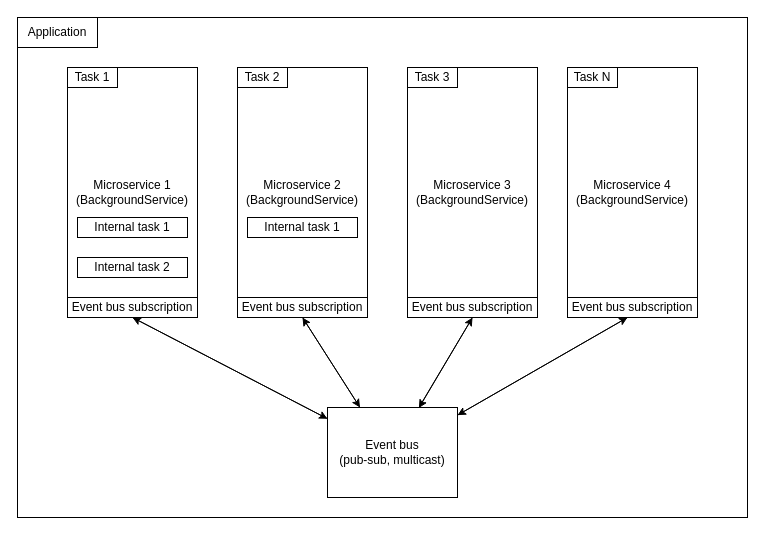
Before: schematic.drawio in kuba1/InProcessMicroservices, a draw.io diagram. Source tidied: cells renumbered, new cells numbered last; positions are measured from the earlier drawing's top-left corner, leaving out a move shared by most shapes. Both pictures are drawn from the tidied source at 100%, with x=0, y=0 at pixel (17, 17).
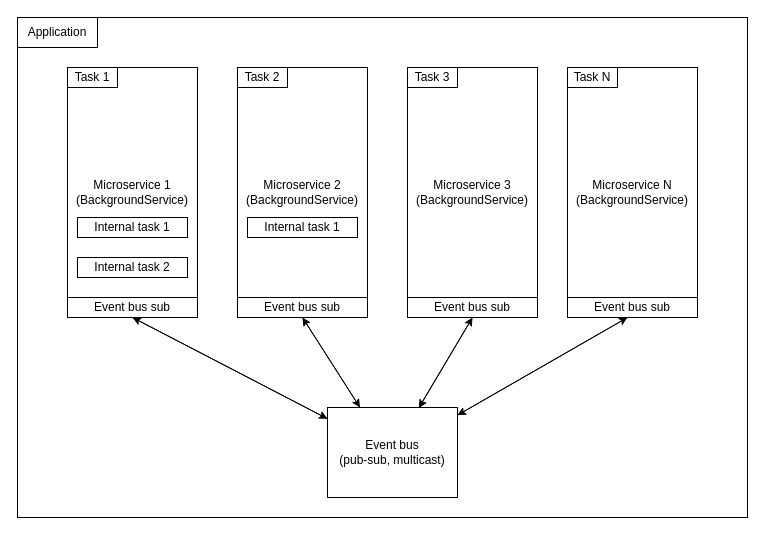
Above is the later version.

Commit message (it also covers changes not shown here):
Fix issues with the schematic

Change to the diagram source:
```diff
@@
-    <mxCell id="10" value="Microservice 4&lt;div&gt;(BackgroundService)&lt;/div&gt;" style="whiteSpace=wrap;html=1;" parent="1" vertex="1">
+    <mxCell id="10" value="Microservice N&lt;div&gt;(BackgroundService)&lt;/div&gt;" style="whiteSpace=wrap;html=1;" parent="1" vertex="1">
       <mxGeometry x="550" y="50" width="130" height="250" as="geometry" />
     </mxCell>
@@
-    <mxCell id="24" value="Event bus subscription" style="whiteSpace=wrap;html=1;" parent="1" vertex="1">
+    <mxCell id="24" value="Event bus sub" style="whiteSpace=wrap;html=1;" parent="1" vertex="1">
       <mxGeometry x="50" y="280" width="130" height="20" as="geometry" />
     </mxCell>
-    <mxCell id="25" value="Event bus subscription" style="whiteSpace=wrap;html=1;" parent="1" vertex="1">
+    <mxCell id="25" value="Event bus sub" style="whiteSpace=wrap;html=1;" parent="1" vertex="1">
       <mxGeometry x="220" y="280" width="130" height="20" as="geometry" />
     </mxCell>
-    <mxCell id="26" value="Event bus subscription" style="whiteSpace=wrap;html=1;" parent="1" vertex="1">
+    <mxCell id="26" value="Event bus sub" style="whiteSpace=wrap;html=1;" parent="1" vertex="1">
       <mxGeometry x="390" y="280" width="130" height="20" as="geometry" />
     </mxCell>
-    <mxCell id="27" value="Event bus subscription" style="whiteSpace=wrap;html=1;" parent="1" vertex="1">
+    <mxCell id="27" value="Event bus sub" style="whiteSpace=wrap;html=1;" parent="1" vertex="1">
       <mxGeometry x="550" y="280" width="130" height="20" as="geometry" />
     </mxCell>
```
